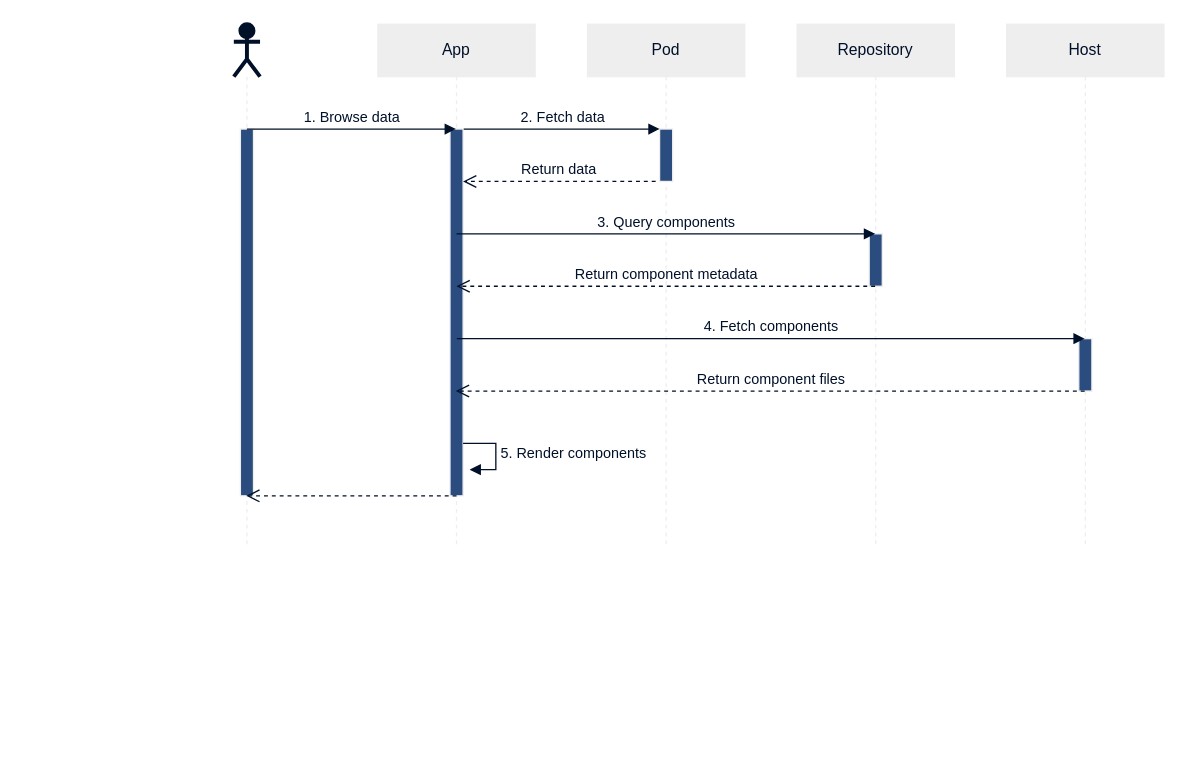
Earlier version of the draw.io diagram docs/modules/getting-started/images/sequence.drawio (useid/semcom). Source tidied: cells renumbered, new cells numbered last; positions are measured from the earlier drawing's top-left corner, leaving out a move shared by most shapes. Both pictures are drawn from the tidied source at 131%, with x=0, y=0 at pixel (233, 24).
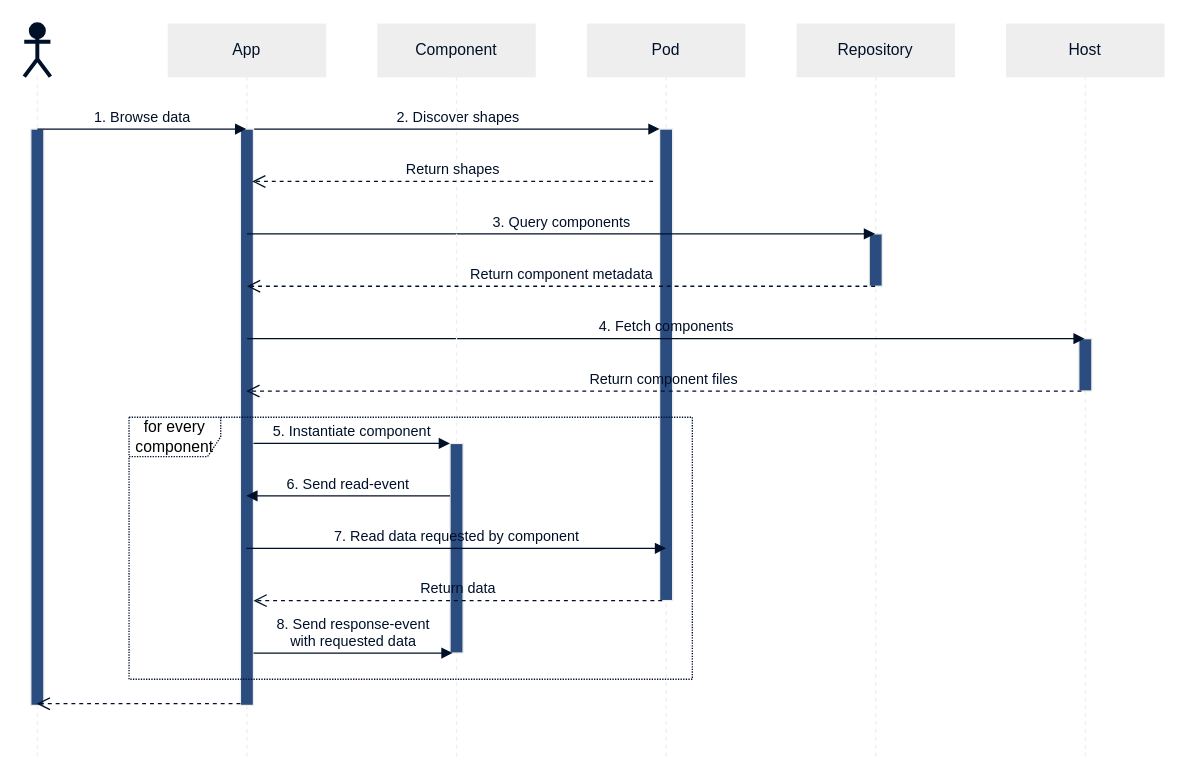
Above is the later version.

Commit message (it also covers changes not shown here):
docs: add component events to sequence diagram (#178)

Unchanged cells that the change refers to:
```xml
<mxCell id="9" style="html=1;points=[];perimeter=orthogonalPerimeter;strokeColor=#EEEEEE;fillColor=#2B4C7F;fontFamily=Helvetica;fontColor=#001029;" parent="8" vertex="1">
  <mxGeometry x="55" y="240" width="10" height="40" as="geometry" />
</mxCell>
```

The edit, as a diff of the source:
```diff
@@
     <mxCell id="2" value="App" style="shape=umlLifeline;perimeter=lifelinePerimeter;whiteSpace=wrap;html=1;outlineConnect=0;fontFamily=Helvetica;fontColor=#001029;fillColor=#EEEEEE;strokeColor=#EEEEEE;" parent="1" vertex="1">
-      <mxGeometry x="110" width="120" height="400" as="geometry" />
+      <mxGeometry x="-50" width="120" height="560" as="geometry" />
     </mxCell>
     <mxCell id="3" style="html=1;points=[];perimeter=orthogonalPerimeter;strokeColor=#EEEEEE;fillColor=#2B4C7F;fontFamily=Helvetica;fontColor=#001029;" parent="2" vertex="1">
-      <mxGeometry x="55" y="80" width="10" height="280" as="geometry" />
+      <mxGeometry x="55" y="80" width="10" height="440" as="geometry" />
     </mxCell>
     <mxCell id="4" value="Pod" style="shape=umlLifeline;perimeter=lifelinePerimeter;whiteSpace=wrap;html=1;fontFamily=Helvetica;fontColor=#001029;fillColor=#EEEEEE;strokeColor=#EEEEEE;" parent="1" vertex="1">
-      <mxGeometry x="270" width="120" height="400" as="geometry" />
+      <mxGeometry x="270" width="120" height="560" as="geometry" />
     </mxCell>
     <mxCell id="5" style="html=1;points=[];perimeter=orthogonalPerimeter;strokeColor=#EEEEEE;fillColor=#2B4C7F;fontFamily=Helvetica;fontColor=#001029;" parent="4" vertex="1">
-      <mxGeometry x="55" y="80" width="10" height="40" as="geometry" />
+      <mxGeometry x="55" y="80" width="10" height="360" as="geometry" />
     </mxCell>
     <mxCell id="6" value="Repository" style="shape=umlLifeline;perimeter=lifelinePerimeter;whiteSpace=wrap;html=1;outlineConnect=0;fontFamily=Helvetica;fontColor=#001029;fillColor=#EEEEEE;strokeColor=#EEEEEE;" parent="1" vertex="1">
-      <mxGeometry x="430" width="120" height="400" as="geometry" />
+      <mxGeometry x="430" width="120" height="560" as="geometry" />
     </mxCell>
@@
     <mxCell id="8" value="Host" style="shape=umlLifeline;perimeter=lifelinePerimeter;whiteSpace=wrap;html=1;outlineConnect=0;fontFamily=Helvetica;fontColor=#001029;fillColor=#EEEEEE;strokeColor=#EEEEEE;" parent="1" vertex="1">
-      <mxGeometry x="590" width="120" height="400" as="geometry" />
+      <mxGeometry x="590" width="120" height="560" as="geometry" />
     </mxCell>
@@
     <mxCell id="10" style="shape=umlLifeline;participant=umlActor;perimeter=lifelinePerimeter;whiteSpace=wrap;html=1;verticalAlign=top;spacingTop=36;outlineConnect=0;fontFamily=Helvetica;fontColor=#FFFFFF;fillColor=#EEEEEE;strokeColor=#EEEEEE;" parent="1" vertex="1">
-      <mxGeometry width="20" height="400" as="geometry" />
+      <mxGeometry x="-160" width="20" height="560" as="geometry" />
     </mxCell>
     <mxCell id="11" style="html=1;perimeter=orthogonalPerimeter;strokeColor=#EEEEEE;fontFamily=Helvetica;fontColor=#001029;fillColor=#2B4C7F;" parent="10" vertex="1">
-      <mxGeometry x="5" y="80" width="10" height="280" as="geometry" />
+      <mxGeometry x="5" y="80" width="10" height="440" as="geometry" />
     </mxCell>
@@
     <mxCell id="13" value="1. Browse data" style="html=1;verticalAlign=bottom;endArrow=block;labelBackgroundColor=none;strokeColor=#001029;fontFamily=Helvetica;fontColor=#001029;" parent="1" edge="1" target="2">
       <mxGeometry relative="1" as="geometry">
-        <mxPoint x="10" y="80" as="sourcePoint" />
+        <mxPoint x="-150" y="80" as="sourcePoint" />
       </mxGeometry>
     </mxCell>
-    <mxCell id="14" value="2. Fetch data" style="html=1;verticalAlign=bottom;endArrow=block;labelBackgroundColor=none;strokeColor=#001029;fontFamily=Helvetica;fontColor=#001029;exitX=1.05;exitY=0;exitDx=0;exitDy=0;exitPerimeter=0;" parent="1" edge="1" source="3" target="5">
+    <mxCell id="14" value="2. Discover shapes" style="html=1;verticalAlign=bottom;endArrow=block;labelBackgroundColor=none;strokeColor=#001029;fontFamily=Helvetica;fontColor=#001029;exitX=1.05;exitY=0;exitDx=0;exitDy=0;exitPerimeter=0;" parent="1" edge="1" source="3" target="5">
       <mxGeometry relative="1" as="geometry" />
     </mxCell>
-    <mxCell id="15" value="Return data" style="html=1;verticalAlign=bottom;endArrow=open;dashed=1;endSize=8;labelBackgroundColor=none;strokeColor=#001029;fontFamily=Helvetica;fontColor=#001029;" parent="1" edge="1" target="3">
-      <mxGeometry relative="1" as="geometry">
-        <mxPoint x="322" y="120" as="sourcePoint" />
-      </mxGeometry>
-    </mxCell>
     <mxCell id="16" value="3. Query components" style="html=1;verticalAlign=bottom;endArrow=block;labelBackgroundColor=none;strokeColor=#001029;fontFamily=Helvetica;fontColor=#001029;exitX=1.05;exitY=0;exitDx=0;exitDy=0;exitPerimeter=0;" parent="1" edge="1" target="6">
       <mxGeometry relative="1" as="geometry">
-        <mxPoint x="170" y="160" as="sourcePoint" />
+        <mxPoint x="10" y="160" as="sourcePoint" />
       </mxGeometry>
     </mxCell>
     <mxCell id="17" value="Return component metadata" style="html=1;verticalAlign=bottom;endArrow=open;dashed=1;endSize=8;labelBackgroundColor=none;strokeColor=#001029;fontFamily=Helvetica;fontColor=#001029;" parent="1" edge="1" source="6">
       <mxGeometry relative="1" as="geometry">
-        <mxPoint x="170" y="200" as="targetPoint" />
+        <mxPoint x="10" y="200" as="targetPoint" />
       </mxGeometry>
     </mxCell>
     <mxCell id="18" value="4. Fetch components" style="html=1;verticalAlign=bottom;endArrow=block;labelBackgroundColor=none;strokeColor=#001029;fontFamily=Helvetica;fontColor=#001029;exitX=1.05;exitY=0;exitDx=0;exitDy=0;exitPerimeter=0;" parent="1" edge="1" target="8">
       <mxGeometry relative="1" as="geometry">
-        <mxPoint x="170.2" y="240" as="sourcePoint" />
+        <mxPoint x="10.2" y="240" as="sourcePoint" />
       </mxGeometry>
     </mxCell>
-    <mxCell id="19" value="Return component files" style="html=1;verticalAlign=bottom;endArrow=open;dashed=1;endSize=8;labelBackgroundColor=none;strokeColor=#001029;fontFamily=Helvetica;fontColor=#001029;" parent="1" edge="1" target="2">
-      <mxGeometry relative="1" as="geometry">
-        <mxPoint x="649.5" y="280" as="sourcePoint" />
-      </mxGeometry>
+    <mxCell id="19" value="Return component files" style="html=1;verticalAlign=bottom;endArrow=open;dashed=1;endSize=8;labelBackgroundColor=none;strokeColor=#001029;fontFamily=Helvetica;fontColor=#001029;exitX=0.2;exitY=1;exitDx=0;exitDy=0;exitPerimeter=0;" parent="1" edge="1" source="9" target="2">
+      <mxGeometry relative="1" as="geometry" />
     </mxCell>
-    <mxCell id="20" value="5. Render components" style="edgeStyle=orthogonalEdgeStyle;html=1;align=left;spacingLeft=2;endArrow=block;rounded=0;entryX=1;entryY=0;labelBackgroundColor=none;strokeColor=#001029;fontFamily=Helvetica;fontColor=#001029;" parent="1" edge="1">
-      <mxGeometry relative="1" as="geometry">
-        <mxPoint x="175" y="320" as="sourcePoint" />
-        <mxPoint x="180" y="340" as="targetPoint" />
-        <Array as="points">
-          <mxPoint x="200" y="320" />
-        </Array>
-      </mxGeometry>
-    </mxCell>
-    <mxCell id="21" style="html=1;verticalAlign=bottom;endArrow=open;dashed=1;endSize=8;labelBackgroundColor=none;strokeColor=#001029;fontFamily=Helvetica;fontColor=#001029;" parent="1" edge="1" target="10">
-      <mxGeometry relative="1" as="geometry">
-        <mxPoint x="170" y="360" as="sourcePoint" />
-      </mxGeometry>
+    <mxCell id="21" style="html=1;verticalAlign=bottom;endArrow=open;dashed=1;endSize=8;labelBackgroundColor=none;strokeColor=#001029;fontFamily=Helvetica;fontColor=#001029;exitX=0;exitY=0.997;exitDx=0;exitDy=0;exitPerimeter=0;" parent="1" edge="1" source="3" target="10">
+      <mxGeometry relative="1" as="geometry" />
     </mxCell>
+    <mxCell id="22" value="Component" style="shape=umlLifeline;perimeter=lifelinePerimeter;whiteSpace=wrap;html=1;fontFamily=Helvetica;fontColor=#001029;fillColor=#EEEEEE;strokeColor=#EEEEEE;" parent="1" vertex="1">
+      <mxGeometry x="110" width="120" height="560" as="geometry" />
+    </mxCell>
+    <mxCell id="23" style="html=1;points=[];perimeter=orthogonalPerimeter;strokeColor=#EEEEEE;fillColor=#2B4C7F;fontFamily=Helvetica;fontColor=#001029;" parent="22" vertex="1">
+      <mxGeometry x="55" y="320" width="10" height="160" as="geometry" />
+    </mxCell>
+    <mxCell id="24" value="5. Instantiate component" style="html=1;verticalAlign=bottom;endArrow=block;labelBackgroundColor=none;strokeColor=#001029;fontFamily=Helvetica;fontColor=#001029;" parent="1" edge="1" source="3" target="23">
+      <mxGeometry relative="1" as="geometry" />
+    </mxCell>
+    <mxCell id="25" value="6. Send read-event" style="html=1;verticalAlign=bottom;endArrow=block;labelBackgroundColor=none;strokeColor=#001029;fontFamily=Helvetica;fontColor=#001029;" parent="1" edge="1" source="23" target="2">
+      <mxGeometry relative="1" as="geometry">
+        <Array as="points">
+          <mxPoint x="60" y="360" />
+        </Array>
+      </mxGeometry>
+    </mxCell>
+    <mxCell id="26" value="7. Read data requested by component" style="html=1;verticalAlign=bottom;endArrow=block;labelBackgroundColor=none;strokeColor=#001029;fontFamily=Helvetica;fontColor=#001029;entryX=0.5;entryY=0.889;entryDx=0;entryDy=0;entryPerimeter=0;" parent="1" edge="1" source="2" target="5">
+      <mxGeometry relative="1" as="geometry" />
+    </mxCell>
+    <mxCell id="27" value="Return shapes" style="html=1;verticalAlign=bottom;endArrow=open;dashed=1;endSize=8;labelBackgroundColor=none;strokeColor=#001029;fontFamily=Helvetica;fontColor=#001029;" parent="1" edge="1">
+      <mxGeometry relative="1" as="geometry">
+        <mxPoint x="320" y="120" as="sourcePoint" />
+        <mxPoint x="14" y="120" as="targetPoint" />
+      </mxGeometry>
+    </mxCell>
+    <mxCell id="15" value="Return data" style="html=1;verticalAlign=bottom;endArrow=open;dashed=1;endSize=8;labelBackgroundColor=none;strokeColor=#001029;fontFamily=Helvetica;fontColor=#001029;exitX=0.2;exitY=1;exitDx=0;exitDy=0;exitPerimeter=0;" parent="1" edge="1" source="5" target="3">
+      <mxGeometry relative="1" as="geometry" />
+    </mxCell>
+    <mxCell id="28" value="8. Send response-event&lt;br&gt;with requested data" style="html=1;verticalAlign=bottom;endArrow=block;labelBackgroundColor=none;strokeColor=#001029;fontFamily=Helvetica;fontColor=#001029;entryX=0.2;entryY=1;entryDx=0;entryDy=0;entryPerimeter=0;" parent="1" edge="1" source="3" target="23">
+      <mxGeometry relative="1" as="geometry" />
+    </mxCell>
+    <mxCell id="29" value="for every component" style="shape=umlFrame;whiteSpace=wrap;html=1;width=70;height=30;strokeColor=#001029;dashed=1;dashPattern=1 1;" parent="1" vertex="1">
+      <mxGeometry x="-80" y="300" width="430" height="200" as="geometry" />
+    </mxCell>
```
